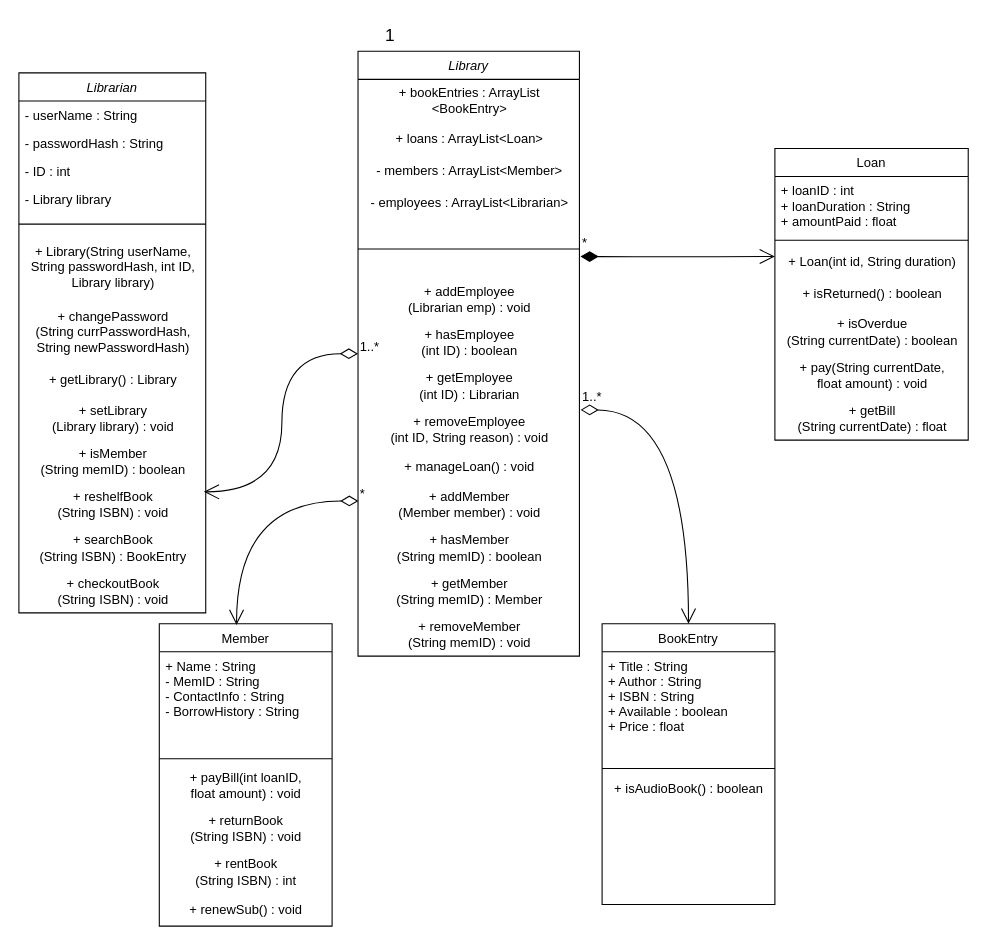
Before: Untitled Diagram.drawio in Twpendleton/ClassUMLDiagram, a draw.io diagram. Source tidied: cells renumbered, new cells numbered last; positions are measured from the earlier drawing's top-left corner, leaving out a move shared by most shapes. Both pictures are drawn from the tidied source at 108%, with x=0, y=0 at pixel (18, 18).
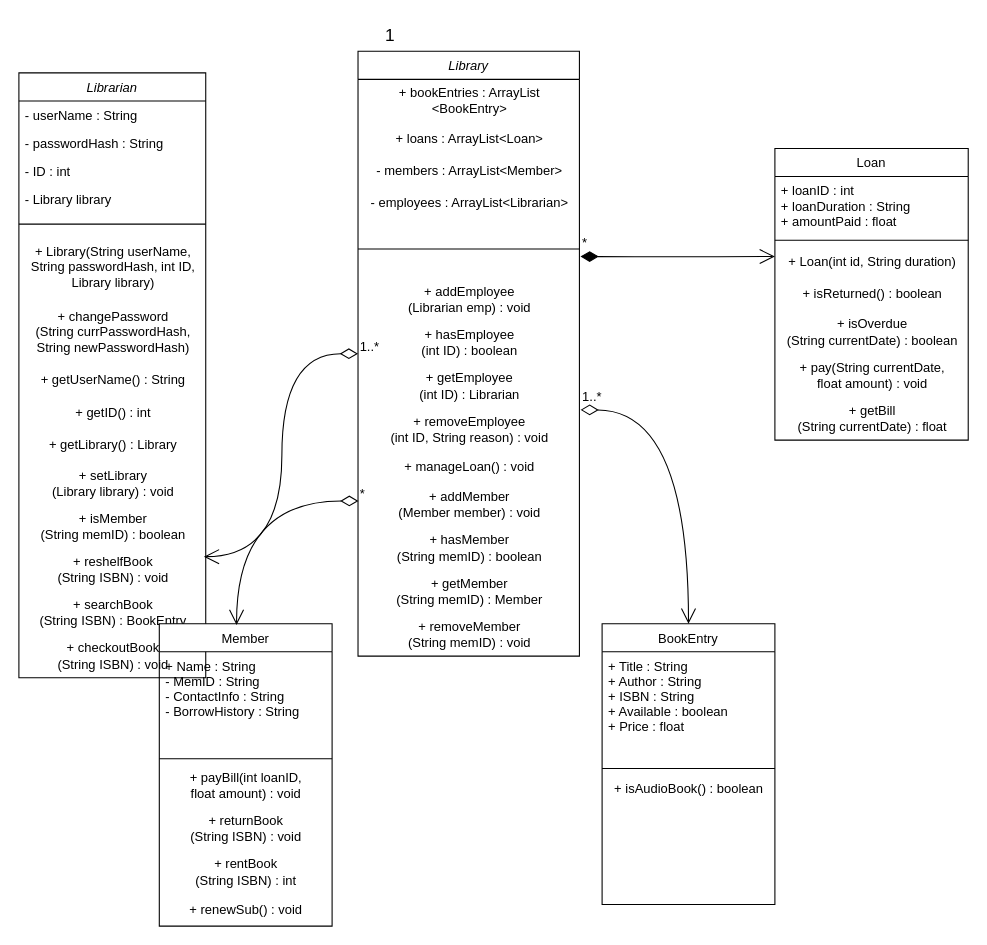
After the change.

Commit message:
Add getters for Librarian account info

What changed in the source:
```diff
@@
     <mxCell id="2" value="Librarian" style="swimlane;fontStyle=2;align=center;verticalAlign=top;horizontal=1;startSize=26;rounded=0;shadow=0;strokeWidth=1;" parent="1" vertex="1">
-      <mxGeometry y="50" width="173" height="500" as="geometry" />
+      <mxGeometry y="50" width="173" height="560" as="geometry" />
     </mxCell>
@@
+    <mxCell id="55" value="+ getUserName&lt;span style=&quot;background-color: initial;&quot;&gt;() : String&lt;/span&gt;" style="text;html=1;align=center;verticalAlign=middle;strokeColor=none;fillColor=none;" parent="2" vertex="1">
+      <mxGeometry y="270" width="173" height="30" as="geometry" />
+    </mxCell>
+    <mxCell id="56" value="+ getID&lt;span style=&quot;background-color: initial;&quot;&gt;() : int&lt;/span&gt;" style="text;html=1;align=center;verticalAlign=middle;strokeColor=none;fillColor=none;" parent="2" vertex="1">
+      <mxGeometry y="300" width="173" height="30" as="geometry" />
+    </mxCell>
     <mxCell id="10" value="+ getLibrary&lt;span style=&quot;background-color: initial;&quot;&gt;() : Library&lt;/span&gt;" style="text;html=1;align=center;verticalAlign=middle;strokeColor=none;fillColor=none;" parent="2" vertex="1">
-      <mxGeometry y="270" width="173" height="30" as="geometry" />
+      <mxGeometry y="330" width="173" height="30" as="geometry" />
     </mxCell>
     <mxCell id="11" value="+ setLibrary&lt;div&gt;&lt;span style=&quot;background-color: initial;&quot;&gt;(Library library) : void&lt;/span&gt;&lt;/div&gt;" style="text;html=1;align=center;verticalAlign=middle;strokeColor=none;fillColor=none;" parent="2" vertex="1">
-      <mxGeometry y="300" width="173" height="40" as="geometry" />
+      <mxGeometry y="360" width="173" height="40" as="geometry" />
     </mxCell>
     <mxCell id="12" value="+ isMember&lt;div&gt;(String memID) : boolean&lt;/div&gt;" style="text;html=1;align=center;verticalAlign=middle;strokeColor=none;fillColor=none;" parent="2" vertex="1">
-      <mxGeometry y="340" width="173" height="40" as="geometry" />
+      <mxGeometry y="400" width="173" height="40" as="geometry" />
     </mxCell>
     <mxCell id="13" value="+ reshelfBook&lt;div&gt;(String ISBN) : void&lt;/div&gt;" style="text;html=1;align=center;verticalAlign=middle;points=[];strokeColor=none;fillColor=none;" parent="2" vertex="1">
-      <mxGeometry y="380" width="173" height="40" as="geometry" />
+      <mxGeometry y="440" width="173" height="40" as="geometry" />
     </mxCell>
     <mxCell id="14" value="+ searchBook&lt;div&gt;(String ISBN) : BookEntry&lt;/div&gt;" style="text;html=1;align=center;verticalAlign=middle;strokeColor=none;fillColor=none;" parent="2" vertex="1">
-      <mxGeometry y="420" width="173" height="40" as="geometry" />
+      <mxGeometry y="480" width="173" height="40" as="geometry" />
     </mxCell>
     <mxCell id="15" value="+ checkoutBook&lt;div&gt;(String ISBN) : void&lt;/div&gt;" style="text;html=1;align=center;verticalAlign=middle;strokeColor=none;fillColor=none;" parent="2" vertex="1">
-      <mxGeometry y="460" width="173" height="40" as="geometry" />
+      <mxGeometry y="520" width="173" height="40" as="geometry" />
     </mxCell>
```
